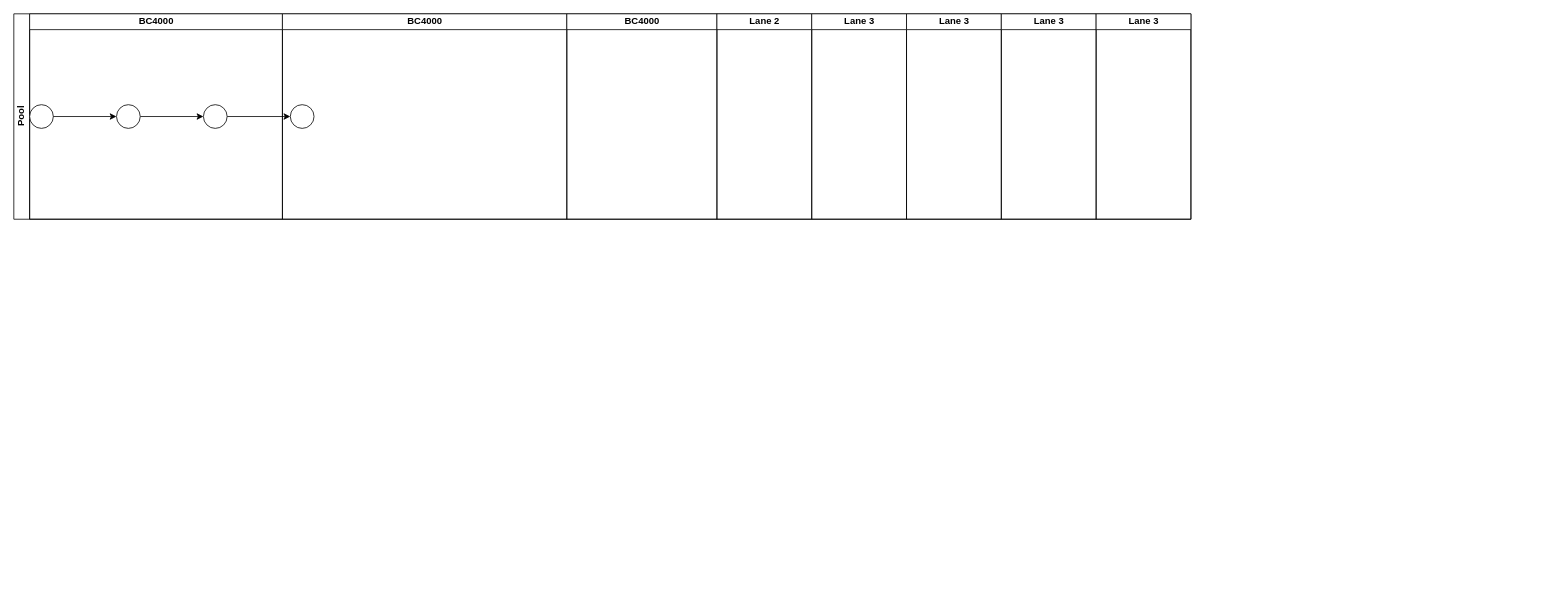
The draw.io diagram 中西方历史对照.drawio in seanwynner/drawiogit, before the edit. Source tidied: cells renumbered, new cells numbered last; positions are measured from the earlier drawing's top-left corner, leaving out a move shared by most shapes. Both pictures are drawn from the tidied source at 79%, with x=0, y=0 at pixel (13, 13).
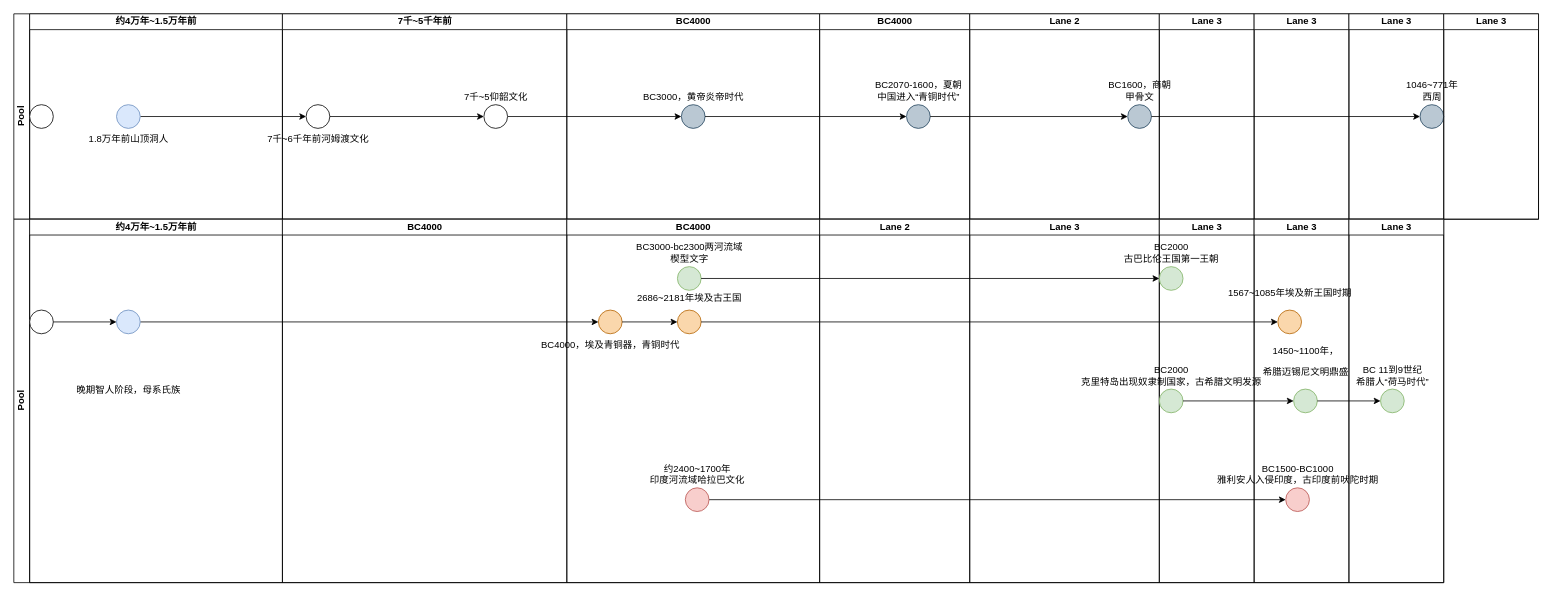
After the change.

Commit message (it also covers changes not shown here):
Update 中西方历史对照.drawio

Change to the diagram source:
```diff
@@
     <mxCell id="2" value="Pool" style="swimlane;html=1;startSize=20;horizontal=0;" parent="1" vertex="1">
-      <mxGeometry width="1490" height="260" as="geometry" />
+      <mxGeometry width="1930" height="260" as="geometry" />
     </mxCell>
+    <mxCell id="18" value="约4万年~1.5万年前" style="swimlane;html=1;startSize=20;" parent="2" vertex="1">
+      <mxGeometry x="20" width="320" height="260" as="geometry" />
+    </mxCell>
+    <mxCell id="19" style="verticalLabelPosition=bottom;verticalAlign=top;html=1;shape=mxgraph.flowchart.on-page_reference;" parent="18" vertex="1">
+      <mxGeometry y="115" width="30" height="30" as="geometry" />
+    </mxCell>
-    <mxCell id="3" value="BC4000" style="swimlane;html=1;startSize=20;" parent="2" vertex="1">
-      <mxGeometry x="20" width="320" height="260" as="geometry" />
+    <mxCell id="3" value="7千~5千年前" style="swimlane;html=1;startSize=20;" parent="2" vertex="1">
+      <mxGeometry x="340" width="360" height="260" as="geometry" />
     </mxCell>
-    <mxCell id="4" style="verticalLabelPosition=bottom;verticalAlign=top;html=1;shape=mxgraph.flowchart.on-page_reference;" parent="3" vertex="1">
-      <mxGeometry y="115" width="30" height="30" as="geometry" />
-    </mxCell>
+    <mxCell id="17" value="7千~6千年前河姆渡文化" style="verticalLabelPosition=bottom;verticalAlign=top;html=1;shape=mxgraph.flowchart.on-page_reference;" parent="3" vertex="1">
+      <mxGeometry x="30" y="115" width="30" height="30" as="geometry" />
+    </mxCell>
     <mxCell id="5" value="BC4000" style="swimlane;html=1;startSize=20;" parent="2" vertex="1">
-      <mxGeometry x="340" width="360" height="260" as="geometry" />
+      <mxGeometry x="700" width="320" height="260" as="geometry" />
     </mxCell>
+    <mxCell id="20" value="BC3000，黄帝炎帝时代" style="verticalLabelPosition=top;verticalAlign=bottom;html=1;shape=mxgraph.flowchart.on-page_reference;labelPosition=center;align=center;fillColor=#bac8d3;strokeColor=#23445d;" parent="5" vertex="1">
+      <mxGeometry x="145" y="115" width="30" height="30" as="geometry" />
+    </mxCell>
     <mxCell id="6" value="BC4000" style="swimlane;html=1;startSize=20;" parent="2" vertex="1">
-      <mxGeometry x="700" width="190" height="260" as="geometry" />
+      <mxGeometry x="1020" width="190" height="260" as="geometry" />
     </mxCell>
+    <mxCell id="21" value="&lt;div&gt;BC2070-1600，夏朝&lt;br&gt;&lt;/div&gt;&lt;div&gt;中国进入“青铜时代”&lt;/div&gt;" style="verticalLabelPosition=top;verticalAlign=bottom;html=1;shape=mxgraph.flowchart.on-page_reference;labelPosition=center;align=center;fillColor=#bac8d3;strokeColor=#23445d;" parent="6" vertex="1">
+      <mxGeometry x="110" y="115" width="30" height="30" as="geometry" />
+    </mxCell>
     <mxCell id="7" value="Lane 2" style="swimlane;html=1;startSize=20;" parent="2" vertex="1">
-      <mxGeometry x="890" width="120" height="260" as="geometry" />
+      <mxGeometry x="1210" width="240" height="260" as="geometry" />
     </mxCell>
+    <mxCell id="22" value="&lt;div&gt;BC1600，商朝&lt;/div&gt;&lt;div&gt;甲骨文&lt;/div&gt;" style="verticalLabelPosition=top;verticalAlign=bottom;html=1;shape=mxgraph.flowchart.on-page_reference;labelPosition=center;align=center;fillColor=#bac8d3;strokeColor=#23445d;" parent="7" vertex="1">
+      <mxGeometry x="200" y="115" width="30" height="30" as="geometry" />
+    </mxCell>
     <mxCell id="8" value="Lane 3" style="swimlane;html=1;startSize=20;" parent="2" vertex="1">
-      <mxGeometry x="1010" width="120" height="260" as="geometry" />
+      <mxGeometry x="1450" width="120" height="260" as="geometry" />
     </mxCell>
     <mxCell id="9" value="Lane 3" style="swimlane;html=1;startSize=20;" parent="2" vertex="1">
-      <mxGeometry x="1130" width="120" height="260" as="geometry" />
+      <mxGeometry x="1570" width="120" height="260" as="geometry" />
     </mxCell>
     <mxCell id="10" value="Lane 3" style="swimlane;html=1;startSize=20;" parent="2" vertex="1">
-      <mxGeometry x="1250" width="120" height="260" as="geometry" />
+      <mxGeometry x="1690" width="120" height="260" as="geometry" />
     </mxCell>
+    <mxCell id="23" value="&lt;div&gt;1046~771年&lt;/div&gt;&lt;div&gt;西周&lt;/div&gt;" style="verticalLabelPosition=top;verticalAlign=bottom;html=1;shape=mxgraph.flowchart.on-page_reference;labelPosition=center;align=center;fillColor=#bac8d3;strokeColor=#23445d;" parent="10" vertex="1">
+      <mxGeometry x="90" y="115" width="30" height="30" as="geometry" />
+    </mxCell>
     <mxCell id="11" value="Lane 3" style="swimlane;html=1;startSize=20;" parent="2" vertex="1">
-      <mxGeometry x="1370" width="120" height="260" as="geometry" />
+      <mxGeometry x="1810" width="120" height="260" as="geometry" />
     </mxCell>
+    <mxCell id="24" style="edgeStyle=orthogonalEdgeStyle;rounded=0;jettySize=auto;html=1;fontColor=#000000;" parent="2" edge="1" source="20" target="21">
+      <mxGeometry relative="1" as="geometry" />
+    </mxCell>
+    <mxCell id="25" style="edgeStyle=orthogonalEdgeStyle;rounded=0;jettySize=auto;html=1;fontColor=#000000;" parent="2" edge="1" source="21" target="22">
+      <mxGeometry relative="1" as="geometry" />
+    </mxCell>
+    <mxCell id="26" style="edgeStyle=orthogonalEdgeStyle;rounded=0;jettySize=auto;html=1;fontColor=#000000;" parent="2" edge="1" source="22" target="23">
+      <mxGeometry relative="1" as="geometry" />
+    </mxCell>
-    <mxCell id="12" style="edgeStyle=orthogonalEdgeStyle;rounded=0;jettySize=auto;html=1;" parent="1" edge="1" source="13" target="16">
+    <mxCell id="12" style="edgeStyle=orthogonalEdgeStyle;rounded=0;jettySize=auto;html=1;entryX=0;entryY=0.5;entryDx=0;entryDy=0;entryPerimeter=0;" parent="1" edge="1" source="13" target="17">
       <mxGeometry relative="1" as="geometry" />
     </mxCell>
-    <mxCell id="13" style="verticalLabelPosition=bottom;verticalAlign=top;html=1;shape=mxgraph.flowchart.on-page_reference;" parent="1" vertex="1">
+    <mxCell id="13" value="1.8万年前山顶洞人" style="verticalLabelPosition=bottom;verticalAlign=top;html=1;shape=mxgraph.flowchart.on-page_reference;fillColor=#dae8fc;strokeColor=#6c8ebf;" parent="1" vertex="1">
       <mxGeometry x="130" y="115" width="30" height="30" as="geometry" />
     </mxCell>
-    <mxCell id="14" style="edgeStyle=orthogonalEdgeStyle;rounded=0;jettySize=auto;html=1;" parent="1" edge="1" source="4" target="13">
-      <mxGeometry relative="1" as="geometry" />
-    </mxCell>
-    <mxCell id="15" style="edgeStyle=orthogonalEdgeStyle;rounded=0;jettySize=auto;html=1;" parent="1" edge="1" source="16" target="17">
-      <mxGeometry relative="1" as="geometry" />
-    </mxCell>
-    <mxCell id="16" style="verticalLabelPosition=bottom;verticalAlign=top;html=1;shape=mxgraph.flowchart.on-page_reference;" parent="1" vertex="1">
-      <mxGeometry x="240" y="115" width="30" height="30" as="geometry" />
-    </mxCell>
-    <mxCell id="17" style="verticalLabelPosition=bottom;verticalAlign=top;html=1;shape=mxgraph.flowchart.on-page_reference;" parent="1" vertex="1">
-      <mxGeometry x="350" y="115" width="30" height="30" as="geometry" />
-    </mxCell>
+    <mxCell id="27" value="Pool" style="swimlane;html=1;startSize=20;horizontal=0;" parent="1" vertex="1">
+      <mxGeometry y="260" width="1810" height="460" as="geometry" />
+    </mxCell>
+    <mxCell id="28" value="约4万年~1.5万年前" style="swimlane;html=1;startSize=20;" parent="27" vertex="1">
+      <mxGeometry x="20" width="320" height="460" as="geometry" />
+    </mxCell>
+    <mxCell id="29" style="verticalLabelPosition=bottom;verticalAlign=top;html=1;shape=mxgraph.flowchart.on-page_reference;" parent="28" vertex="1">
+      <mxGeometry y="115" width="30" height="30" as="geometry" />
+    </mxCell>
+    <mxCell id="30" value="BC4000" style="swimlane;html=1;startSize=20;" parent="27" vertex="1">
+      <mxGeometry x="340" width="360" height="460" as="geometry" />
+    </mxCell>
+    <mxCell id="31" value="BC4000" style="swimlane;html=1;startSize=20;" parent="27" vertex="1">
+      <mxGeometry x="700" width="320" height="460" as="geometry" />
+    </mxCell>
+    <mxCell id="32" value="BC4000，埃及青铜器，青铜时代" style="verticalLabelPosition=bottom;verticalAlign=top;html=1;shape=mxgraph.flowchart.on-page_reference;fillColor=#fad7ac;strokeColor=#b46504;" parent="31" vertex="1">
+      <mxGeometry x="40" y="115" width="30" height="30" as="geometry" />
+    </mxCell>
+    <mxCell id="33" value="&lt;div&gt;BC3000-bc2300两河流域&lt;/div&gt;&lt;div&gt;楔型文字&lt;/div&gt;" style="verticalLabelPosition=top;verticalAlign=bottom;html=1;shape=mxgraph.flowchart.on-page_reference;labelPosition=center;align=center;fillColor=#d5e8d4;strokeColor=#82b366;" parent="31" vertex="1">
+      <mxGeometry x="140" y="60" width="30" height="30" as="geometry" />
+    </mxCell>
+    <mxCell id="34" value="&lt;p&gt;2686~2181年埃及古王国&lt;/p&gt;" style="verticalLabelPosition=top;verticalAlign=middle;html=1;shape=mxgraph.flowchart.on-page_reference;fillColor=#fad7ac;strokeColor=#b46504;labelPosition=center;align=center;" parent="31" vertex="1">
+      <mxGeometry x="140" y="115" width="30" height="30" as="geometry" />
+    </mxCell>
+    <mxCell id="35" style="edgeStyle=orthogonalEdgeStyle;rounded=0;jettySize=auto;html=1;fontColor=#000000;" parent="31" edge="1" source="32" target="34">
+      <mxGeometry relative="1" as="geometry" />
+    </mxCell>
+    <mxCell id="36" value="Lane 2" style="swimlane;html=1;startSize=20;" parent="27" vertex="1">
+      <mxGeometry x="1020" width="190" height="460" as="geometry" />
+    </mxCell>
+    <mxCell id="37" value="Lane 3" style="swimlane;html=1;startSize=20;" parent="27" vertex="1">
+      <mxGeometry x="1210" width="240" height="460" as="geometry" />
+    </mxCell>
+    <mxCell id="38" value="Lane 3" style="swimlane;html=1;startSize=20;" parent="27" vertex="1">
+      <mxGeometry x="1450" width="120" height="460" as="geometry" />
+    </mxCell>
+    <mxCell id="39" value="&lt;div&gt;BC2000&lt;/div&gt;&lt;div&gt;古巴比伦王国第一王朝&lt;/div&gt;" style="verticalLabelPosition=top;verticalAlign=bottom;html=1;shape=mxgraph.flowchart.on-page_reference;labelPosition=center;align=center;fillColor=#d5e8d4;strokeColor=#82b366;" parent="38" vertex="1">
+      <mxGeometry y="60" width="30" height="30" as="geometry" />
+    </mxCell>
+    <mxCell id="40" value="&lt;div&gt;BC2000&lt;/div&gt;&lt;div&gt;克里特岛出现奴隶制国家，古希腊文明发源&lt;/div&gt;" style="verticalLabelPosition=top;verticalAlign=bottom;html=1;shape=mxgraph.flowchart.on-page_reference;labelPosition=center;align=center;fillColor=#d5e8d4;strokeColor=#82b366;" parent="38" vertex="1">
+      <mxGeometry y="215" width="30" height="30" as="geometry" />
+    </mxCell>
+    <mxCell id="41" value="Lane 3" style="swimlane;html=1;startSize=20;" parent="27" vertex="1">
+      <mxGeometry x="1570" width="120" height="460" as="geometry" />
+    </mxCell>
+    <mxCell id="42" value="&lt;p&gt;1567~1085年埃及新王国时期&lt;/p&gt;" style="verticalLabelPosition=top;verticalAlign=bottom;html=1;shape=mxgraph.flowchart.on-page_reference;fillColor=#fad7ac;strokeColor=#b46504;labelPosition=center;align=center;spacing=2;" parent="41" vertex="1">
+      <mxGeometry x="30" y="115" width="30" height="30" as="geometry" />
+    </mxCell>
+    <mxCell id="43" value="&lt;p&gt;1450~1100年，&lt;/p&gt;&lt;p&gt;希腊迈锡尼文明鼎盛&lt;/p&gt;" style="verticalLabelPosition=top;verticalAlign=bottom;html=1;shape=mxgraph.flowchart.on-page_reference;labelPosition=center;align=center;fillColor=#d5e8d4;strokeColor=#82b366;" parent="41" vertex="1">
+      <mxGeometry x="50" y="215" width="30" height="30" as="geometry" />
+    </mxCell>
+    <mxCell id="44" value="Lane 3" style="swimlane;html=1;startSize=20;" parent="27" vertex="1">
+      <mxGeometry x="1690" width="120" height="460" as="geometry" />
+    </mxCell>
+    <mxCell id="45" value="&lt;div&gt;BC 11到9世纪&lt;/div&gt;&lt;div&gt;希腊人“荷马时代”&lt;/div&gt;" style="verticalLabelPosition=top;verticalAlign=bottom;html=1;shape=mxgraph.flowchart.on-page_reference;labelPosition=center;align=center;fillColor=#d5e8d4;strokeColor=#82b366;" parent="44" vertex="1">
+      <mxGeometry x="40" y="215" width="30" height="30" as="geometry" />
+    </mxCell>
+    <mxCell id="46" style="edgeStyle=orthogonalEdgeStyle;rounded=0;jettySize=auto;html=1;fontColor=#000000;" parent="27" edge="1" source="33" target="39">
+      <mxGeometry relative="1" as="geometry" />
+    </mxCell>
+    <mxCell id="47" style="edgeStyle=orthogonalEdgeStyle;rounded=0;jettySize=auto;html=1;fontColor=#000000;" parent="27" edge="1" source="34" target="42">
+      <mxGeometry relative="1" as="geometry" />
+    </mxCell>
+    <mxCell id="48" style="edgeStyle=orthogonalEdgeStyle;rounded=0;jettySize=auto;html=1;fontColor=#000000;" parent="27" edge="1" source="40" target="43">
+      <mxGeometry relative="1" as="geometry" />
+    </mxCell>
+    <mxCell id="49" style="edgeStyle=orthogonalEdgeStyle;rounded=0;jettySize=auto;html=1;fontColor=#000000;" parent="27" edge="1" source="43" target="45">
+      <mxGeometry relative="1" as="geometry" />
+    </mxCell>
+    <mxCell id="50" style="edgeStyle=orthogonalEdgeStyle;rounded=0;jettySize=auto;html=1;" parent="1" edge="1" source="51" target="32">
+      <mxGeometry relative="1" as="geometry" />
+    </mxCell>
+    <mxCell id="51" value="&lt;br/&gt;&lt;br/&gt;&lt;br/&gt;&lt;br/&gt;晚期智人阶段，母系氏族" style="verticalLabelPosition=bottom;verticalAlign=top;html=1;shape=mxgraph.flowchart.on-page_reference;fillColor=#dae8fc;strokeColor=#6c8ebf;labelPosition=center;align=center;" parent="1" vertex="1">
+      <mxGeometry x="130" y="375" width="30" height="30" as="geometry" />
+    </mxCell>
+    <mxCell id="52" style="edgeStyle=orthogonalEdgeStyle;rounded=0;jettySize=auto;html=1;" parent="1" edge="1" source="29" target="51">
+      <mxGeometry relative="1" as="geometry" />
+    </mxCell>
+    <mxCell id="53" style="edgeStyle=orthogonalEdgeStyle;rounded=0;jettySize=auto;html=1;fontColor=#000000;" parent="1" edge="1" source="54" target="20">
+      <mxGeometry relative="1" as="geometry" />
+    </mxCell>
+    <mxCell id="54" value="7千~5仰韶文化" style="verticalLabelPosition=top;verticalAlign=bottom;html=1;shape=mxgraph.flowchart.on-page_reference;labelPosition=center;align=center;" parent="1" vertex="1">
+      <mxGeometry x="595" y="115" width="30" height="30" as="geometry" />
+    </mxCell>
+    <mxCell id="55" style="edgeStyle=orthogonalEdgeStyle;rounded=0;jettySize=auto;html=1;" parent="1" edge="1" source="17" target="54">
+      <mxGeometry relative="1" as="geometry" />
+    </mxCell>
+    <mxCell id="56" style="edgeStyle=orthogonalEdgeStyle;rounded=0;jettySize=auto;html=1;fontColor=#000000;" parent="1" edge="1" source="57" target="58">
+      <mxGeometry relative="1" as="geometry" />
+    </mxCell>
+    <mxCell id="57" value="&lt;div&gt;约2400~1700年&lt;/div&gt;&lt;div&gt;印度河流域哈拉巴文化&lt;/div&gt;" style="verticalLabelPosition=top;verticalAlign=bottom;html=1;shape=mxgraph.flowchart.on-page_reference;labelPosition=center;align=center;fillColor=#f8cecc;strokeColor=#b85450;" parent="1" vertex="1">
+      <mxGeometry x="850" y="600" width="30" height="30" as="geometry" />
+    </mxCell>
+    <mxCell id="58" value="&lt;div&gt;BC1500-BC1000&lt;/div&gt;&lt;div&gt;雅利安人入侵印度，古印度前吠陀时期&lt;/div&gt;" style="verticalLabelPosition=top;verticalAlign=bottom;html=1;shape=mxgraph.flowchart.on-page_reference;labelPosition=center;align=center;fillColor=#f8cecc;strokeColor=#b85450;" parent="1" vertex="1">
+      <mxGeometry x="1610" y="600" width="30" height="30" as="geometry" />
+    </mxCell>
```
